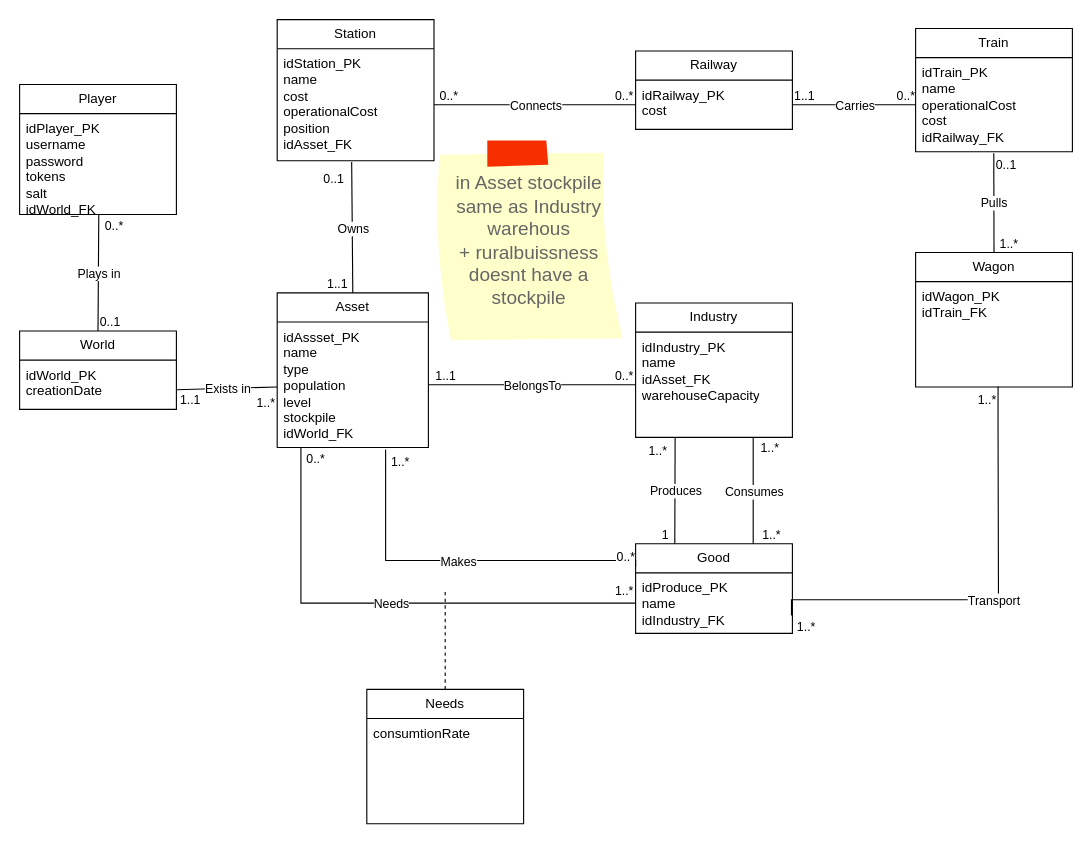
This is BASDO/RailwayImperium.drawio from Finiferp/Railway, a draw.io file, before an edit. Source tidied: cells renumbered, new cells numbered last; positions are measured from the earlier drawing's top-left corner, leaving out a move shared by most shapes. Both pictures are drawn from the tidied source at 112%, with x=0, y=0 at pixel (19, 19).
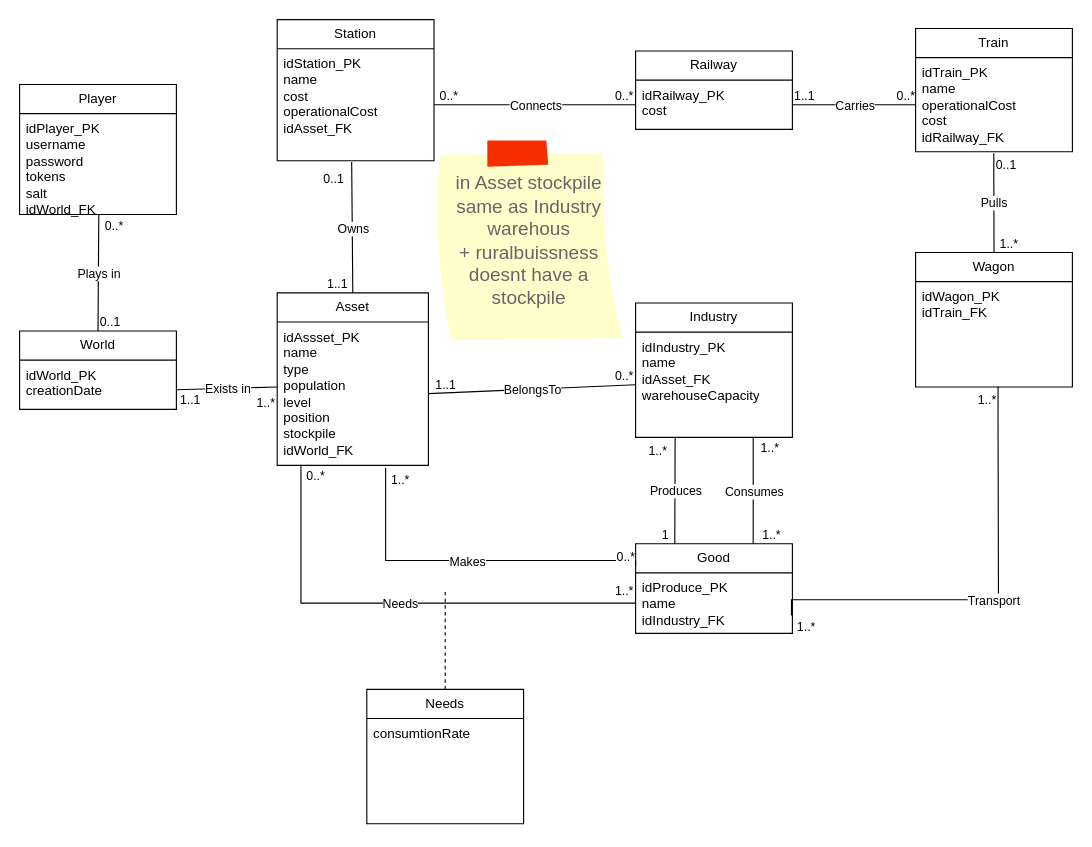
After the change.

The change refers to these unchanged cells:
```xml
<mxCell id="6" value="Station" style="swimlane;fontStyle=0;horizontal=1;startSize=26;fillColor=none;whiteSpace=wrap;html=1;" parent="1" vertex="1">
  <mxGeometry x="230" width="140" height="126" as="geometry" />
</mxCell>
```

Diff of the diagram source:
```diff
@@
-    <mxCell id="7" value="idStation_PK&lt;br&gt;name&lt;br&gt;cost&lt;br&gt;operationalCost&lt;br&gt;position&lt;br&gt;idAsset_FK" style="text;strokeColor=none;fillColor=none;align=left;verticalAlign=top;spacingLeft=4;spacingRight=4;overflow=hidden;points=[[0,0.5],[1,0.5]];portConstraint=eastwest;whiteSpace=wrap;html=1;" parent="6" vertex="1">
+    <mxCell id="7" value="idStation_PK&lt;br&gt;name&lt;br&gt;cost&lt;br&gt;operationalCost&lt;br&gt;idAsset_FK" style="text;strokeColor=none;fillColor=none;align=left;verticalAlign=top;spacingLeft=4;spacingRight=4;overflow=hidden;points=[[0,0.5],[1,0.5]];portConstraint=eastwest;whiteSpace=wrap;html=1;" parent="6" vertex="1">
       <mxGeometry y="26" width="140" height="100" as="geometry" />
     </mxCell>
@@
     <mxCell id="48" value="Asset" style="swimlane;fontStyle=0;horizontal=1;startSize=26;fillColor=none;whiteSpace=wrap;html=1;" parent="1" vertex="1">
-      <mxGeometry x="230" y="244" width="135" height="138" as="geometry" />
+      <mxGeometry x="230" y="244" width="135" height="154" as="geometry" />
     </mxCell>
-    <mxCell id="49" value="idAssset_PK&lt;br&gt;name&lt;br&gt;type&lt;br&gt;population&lt;br&gt;level&lt;br&gt;stockpile&lt;br&gt;idWorld_FK" style="text;strokeColor=none;fillColor=none;align=left;verticalAlign=top;spacingLeft=4;spacingRight=4;overflow=hidden;points=[[0,0.5],[1,0.5]];portConstraint=eastwest;whiteSpace=wrap;html=1;" parent="48" vertex="1">
-      <mxGeometry y="26" width="135" height="112" as="geometry" />
+    <mxCell id="49" value="idAssset_PK&lt;br&gt;name&lt;br&gt;type&lt;br&gt;population&lt;br&gt;level&lt;br&gt;position&lt;br&gt;stockpile&lt;br&gt;idWorld_FK" style="text;strokeColor=none;fillColor=none;align=left;verticalAlign=top;spacingLeft=4;spacingRight=4;overflow=hidden;points=[[0,0.5],[1,0.5]];portConstraint=eastwest;whiteSpace=wrap;html=1;" parent="48" vertex="1">
+      <mxGeometry y="26" width="135" height="128" as="geometry" />
     </mxCell>
```
